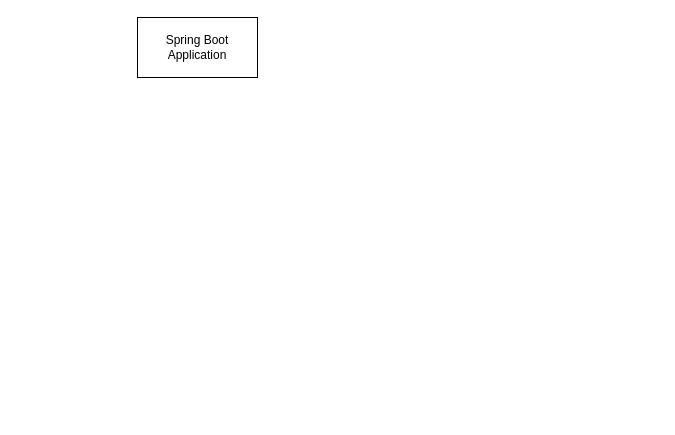
Earlier version of the draw.io diagram page "Page-1" (1 of 3) of spring-boot-and-angular-project.drawio (Kur0liszek/nauka). Source tidied: cells renumbered, new cells numbered last; positions are measured from the earlier drawing's top-left corner, leaving out a move shared by most shapes. Both pictures are drawn from the tidied source at 100%, with x=0, y=0 at pixel (137, 17).
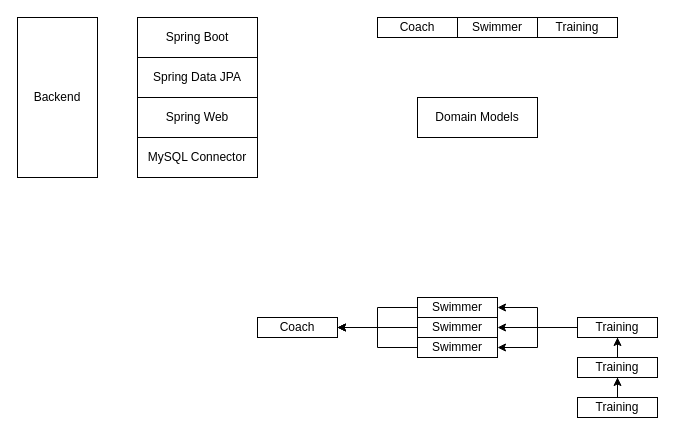
After the change.

Diff of the diagram source:
```diff
@@
-    <mxCell id="2" value="Spring Boot Application" style="whiteSpace=wrap;html=1;" parent="1" vertex="1">
-      <mxGeometry width="120" height="60" as="geometry" />
+    <mxCell id="2" value="Spring Boot" style="whiteSpace=wrap;html=1;" parent="1" vertex="1">
+      <mxGeometry width="120" height="40" as="geometry" />
     </mxCell>
+    <mxCell id="3" value="Spring Data JPA" style="whiteSpace=wrap;html=1;" parent="1" vertex="1">
+      <mxGeometry y="40" width="120" height="40" as="geometry" />
+    </mxCell>
+    <mxCell id="4" value="Spring Web" style="whiteSpace=wrap;html=1;" parent="1" vertex="1">
+      <mxGeometry y="80" width="120" height="40" as="geometry" />
+    </mxCell>
+    <mxCell id="5" value="MySQL Connector" style="whiteSpace=wrap;html=1;" parent="1" vertex="1">
+      <mxGeometry y="120" width="120" height="40" as="geometry" />
+    </mxCell>
+    <mxCell id="6" value="Backend" style="whiteSpace=wrap;html=1;" parent="1" vertex="1">
+      <mxGeometry x="-120" width="80" height="160" as="geometry" />
+    </mxCell>
+    <mxCell id="7" value="Domain Models" style="whiteSpace=wrap;html=1;" parent="1" vertex="1">
+      <mxGeometry x="280" y="80" width="120" height="40" as="geometry" />
+    </mxCell>
+    <mxCell id="8" value="Coach" style="whiteSpace=wrap;html=1;" parent="1" vertex="1">
+      <mxGeometry x="240" width="80" height="20" as="geometry" />
+    </mxCell>
+    <mxCell id="9" value="Swimmer" style="whiteSpace=wrap;html=1;" parent="1" vertex="1">
+      <mxGeometry x="320" width="80" height="20" as="geometry" />
+    </mxCell>
+    <mxCell id="10" value="Training" style="whiteSpace=wrap;html=1;" parent="1" vertex="1">
+      <mxGeometry x="400" width="80" height="20" as="geometry" />
+    </mxCell>
+    <mxCell id="11" value="Coach" style="whiteSpace=wrap;html=1;" parent="1" vertex="1">
+      <mxGeometry x="120" y="300" width="80" height="20" as="geometry" />
+    </mxCell>
+    <mxCell id="12" style="edgeStyle=orthogonalEdgeStyle;rounded=0;jettySize=auto;html=1;" parent="1" edge="1" source="13" target="11">
+      <mxGeometry relative="1" as="geometry" />
+    </mxCell>
+    <mxCell id="13" value="Swimmer" style="whiteSpace=wrap;html=1;" parent="1" vertex="1">
+      <mxGeometry x="280" y="280" width="80" height="20" as="geometry" />
+    </mxCell>
+    <mxCell id="14" style="edgeStyle=orthogonalEdgeStyle;rounded=0;jettySize=auto;html=1;" parent="1" edge="1" source="15" target="17">
+      <mxGeometry relative="1" as="geometry" />
+    </mxCell>
+    <mxCell id="15" value="Training" style="whiteSpace=wrap;html=1;" parent="1" vertex="1">
+      <mxGeometry x="440" y="300" width="80" height="20" as="geometry" />
+    </mxCell>
+    <mxCell id="16" style="edgeStyle=orthogonalEdgeStyle;rounded=0;jettySize=auto;html=1;" parent="1" edge="1" source="17" target="11">
+      <mxGeometry relative="1" as="geometry" />
+    </mxCell>
+    <mxCell id="17" value="Swimmer" style="whiteSpace=wrap;html=1;" parent="1" vertex="1">
+      <mxGeometry x="280" y="320" width="80" height="20" as="geometry" />
+    </mxCell>
+    <mxCell id="18" style="edgeStyle=orthogonalEdgeStyle;rounded=0;jettySize=auto;html=1;" parent="1" edge="1" source="19" target="11">
+      <mxGeometry relative="1" as="geometry" />
+    </mxCell>
+    <mxCell id="19" value="Swimmer" style="whiteSpace=wrap;html=1;" parent="1" vertex="1">
+      <mxGeometry x="280" y="300" width="80" height="20" as="geometry" />
+    </mxCell>
+    <mxCell id="20" style="edgeStyle=orthogonalEdgeStyle;rounded=0;jettySize=auto;html=1;" parent="1" edge="1" source="15" target="19">
+      <mxGeometry relative="1" as="geometry" />
+    </mxCell>
+    <mxCell id="21" style="edgeStyle=orthogonalEdgeStyle;rounded=0;jettySize=auto;html=1;" parent="1" edge="1" source="15" target="13">
+      <mxGeometry relative="1" as="geometry" />
+    </mxCell>
+    <mxCell id="22" style="edgeStyle=orthogonalEdgeStyle;rounded=0;jettySize=auto;html=1;" parent="1" edge="1" source="23" target="15">
+      <mxGeometry relative="1" as="geometry" />
+    </mxCell>
+    <mxCell id="23" value="Training" style="whiteSpace=wrap;html=1;" parent="1" vertex="1">
+      <mxGeometry x="440" y="340" width="80" height="20" as="geometry" />
+    </mxCell>
+    <mxCell id="24" style="edgeStyle=orthogonalEdgeStyle;rounded=0;jettySize=auto;html=1;" parent="1" edge="1" source="25" target="23">
+      <mxGeometry relative="1" as="geometry" />
+    </mxCell>
+    <mxCell id="25" value="Training" style="whiteSpace=wrap;html=1;" parent="1" vertex="1">
+      <mxGeometry x="440" y="380" width="80" height="20" as="geometry" />
+    </mxCell>
```
